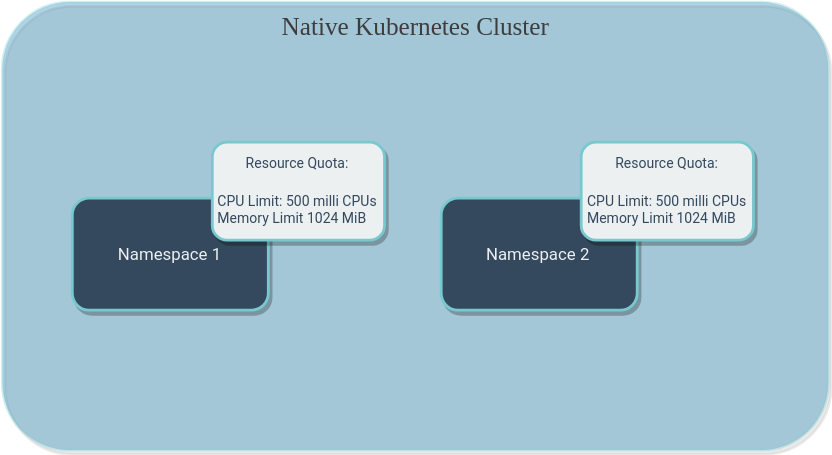
This is src/img/rancher/kubernetes-resource-quota.svg from rancher/docs, a draw.io export, as it was before one commit. Source tidied: cells renumbered, new cells last; positions are measured from the earlier drawing's top-left corner, leaving out a move shared by most shapes.
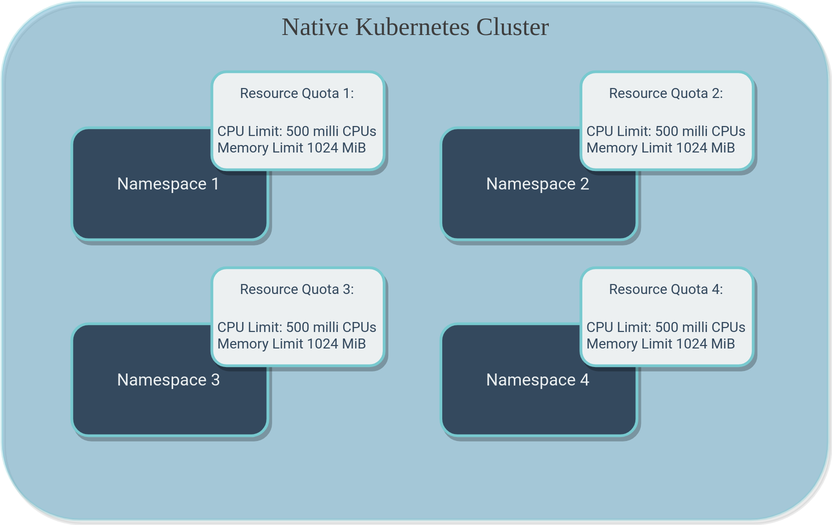
The same file after the commit.

Commit message:
updated text and diagrams

What changed in the source:
```diff
@@ -3,7 +3,7 @@
     <mxCell id="0" />
     <mxCell id="1" parent="0" />
     <mxCell id="2" value="&lt;div style=&quot;text-align: center ; font-size: 18px&quot;&gt;&lt;font color=&quot;#3d3d3d&quot;&gt;Native Kubernetes Cluster&lt;/font&gt;&lt;/div&gt;" style="rounded=1;whiteSpace=wrap;html=1;shadow=1;comic=0;strokeColor=#78C9CF;strokeWidth=2;fillColor=#0075A8;align=center;verticalAlign=top;fontFamily=poppins;labelBackgroundColor=none;opacity=30;" parent="1" vertex="1">
-      <mxGeometry width="590" height="320" as="geometry" />
+      <mxGeometry y="50" width="590" height="370" as="geometry" />
     </mxCell>
     <mxCell id="3" style="group;" parent="1" vertex="1">
       <mxGeometry x="50" y="100" width="223" height="120" as="geometry" />
@@ -11,7 +11,7 @@
     <mxCell id="4" value="&lt;font&gt;&lt;font color=&quot;#ecf0f1&quot;&gt;Namespace 1&lt;/font&gt;&lt;br&gt;&lt;/font&gt;" style="rounded=1;html=1;shadow=1;comic=0;strokeColor=#78C9CF;strokeWidth=2;fillColor=#34495E;fontFamily=roboto;fontColor=#313131;align=center;gradientColor=none;" parent="3" vertex="1">
       <mxGeometry y="40" width="140" height="80" as="geometry" />
     </mxCell>
-    <mxCell id="5" value="&lt;font style=&quot;font-size: 10px&quot;&gt;&lt;font style=&quot;font-size: 10px&quot;&gt;Resource Quota:&lt;br&gt;&lt;br&gt;&lt;div style=&quot;text-align: left&quot;&gt;&lt;span&gt;CPU Limit: 500 milli CPUs&lt;/span&gt;&lt;/div&gt;&lt;/font&gt;&lt;div style=&quot;text-align: left&quot;&gt;&lt;span&gt;Memory Limit 1024 MiB&lt;/span&gt;&lt;/div&gt;&lt;div style=&quot;text-align: left&quot;&gt;&lt;br&gt;&lt;/div&gt;&lt;/font&gt;" style="rounded=1;whiteSpace=wrap;html=1;shadow=1;comic=0;strokeColor=#78C9CF;strokeWidth=2;fillColor=#ecf0f1;fontFamily=roboto;fontColor=#34495E;align=center;verticalAlign=top;" parent="3" vertex="1">
+    <mxCell id="5" value="&lt;font style=&quot;font-size: 10px&quot;&gt;&lt;font style=&quot;font-size: 10px&quot;&gt;Resource Quota 1:&lt;br&gt;&lt;br&gt;&lt;div style=&quot;text-align: left&quot;&gt;&lt;span&gt;CPU Limit: 500 milli CPUs&lt;/span&gt;&lt;/div&gt;&lt;/font&gt;&lt;div style=&quot;text-align: left&quot;&gt;&lt;span&gt;Memory Limit 1024 MiB&lt;/span&gt;&lt;/div&gt;&lt;div style=&quot;text-align: left&quot;&gt;&lt;br&gt;&lt;/div&gt;&lt;/font&gt;" style="rounded=1;whiteSpace=wrap;html=1;shadow=1;comic=0;strokeColor=#78C9CF;strokeWidth=2;fillColor=#ecf0f1;fontFamily=roboto;fontColor=#34495E;align=center;verticalAlign=top;" parent="3" vertex="1">
       <mxGeometry x="100" width="123" height="70" as="geometry" />
     </mxCell>
     <mxCell id="6" style="group;" parent="1" vertex="1">
@@ -20,8 +20,26 @@
     <mxCell id="7" value="&lt;font&gt;&lt;font color=&quot;#ecf0f1&quot;&gt;Namespace 2&lt;/font&gt;&lt;br&gt;&lt;/font&gt;" style="rounded=1;html=1;shadow=1;comic=0;strokeColor=#78C9CF;strokeWidth=2;fillColor=#34495E;fontFamily=roboto;fontColor=#313131;align=center;gradientColor=none;" parent="6" vertex="1">
       <mxGeometry y="40" width="140" height="80" as="geometry" />
     </mxCell>
-    <mxCell id="8" value="&lt;font style=&quot;font-size: 10px&quot;&gt;&lt;font style=&quot;font-size: 10px&quot;&gt;Resource Quota:&lt;br&gt;&lt;br&gt;&lt;div style=&quot;text-align: left&quot;&gt;&lt;span&gt;CPU Limit: 500 milli CPUs&lt;/span&gt;&lt;/div&gt;&lt;/font&gt;&lt;div style=&quot;text-align: left&quot;&gt;&lt;span&gt;Memory Limit 1024 MiB&lt;/span&gt;&lt;/div&gt;&lt;div style=&quot;text-align: left&quot;&gt;&lt;br&gt;&lt;/div&gt;&lt;/font&gt;" style="rounded=1;whiteSpace=wrap;html=1;shadow=1;comic=0;strokeColor=#78C9CF;strokeWidth=2;fillColor=#ecf0f1;fontFamily=roboto;fontColor=#34495E;align=center;verticalAlign=top;" parent="6" vertex="1">
+    <mxCell id="8" value="&lt;font style=&quot;font-size: 10px&quot;&gt;&lt;font style=&quot;font-size: 10px&quot;&gt;Resource Quota 2:&lt;br&gt;&lt;br&gt;&lt;div style=&quot;text-align: left&quot;&gt;&lt;span&gt;CPU Limit: 500 milli CPUs&lt;/span&gt;&lt;/div&gt;&lt;/font&gt;&lt;div style=&quot;text-align: left&quot;&gt;&lt;span&gt;Memory Limit 1024 MiB&lt;/span&gt;&lt;/div&gt;&lt;div style=&quot;text-align: left&quot;&gt;&lt;br&gt;&lt;/div&gt;&lt;/font&gt;" style="rounded=1;whiteSpace=wrap;html=1;shadow=1;comic=0;strokeColor=#78C9CF;strokeWidth=2;fillColor=#ecf0f1;fontFamily=roboto;fontColor=#34495E;align=center;verticalAlign=top;" parent="6" vertex="1">
       <mxGeometry x="100" width="123" height="70" as="geometry" />
     </mxCell>
+    <mxCell id="9" style="group;" parent="1" vertex="1">
+      <mxGeometry x="313.5" y="240" width="223" height="120" as="geometry" />
+    </mxCell>
+    <mxCell id="10" value="&lt;font&gt;&lt;font color=&quot;#ecf0f1&quot;&gt;Namespace 4&lt;/font&gt;&lt;br&gt;&lt;/font&gt;" style="rounded=1;html=1;shadow=1;comic=0;strokeColor=#78C9CF;strokeWidth=2;fillColor=#34495E;fontFamily=roboto;fontColor=#313131;align=center;gradientColor=none;" parent="9" vertex="1">
+      <mxGeometry y="40" width="140" height="80" as="geometry" />
+    </mxCell>
+    <mxCell id="11" value="&lt;font style=&quot;font-size: 10px&quot;&gt;&lt;font style=&quot;font-size: 10px&quot;&gt;Resource Quota 4:&lt;br&gt;&lt;br&gt;&lt;div style=&quot;text-align: left&quot;&gt;&lt;span&gt;CPU Limit: 500 milli CPUs&lt;/span&gt;&lt;/div&gt;&lt;/font&gt;&lt;div style=&quot;text-align: left&quot;&gt;&lt;span&gt;Memory Limit 1024 MiB&lt;/span&gt;&lt;/div&gt;&lt;div style=&quot;text-align: left&quot;&gt;&lt;br&gt;&lt;/div&gt;&lt;/font&gt;" style="rounded=1;whiteSpace=wrap;html=1;shadow=1;comic=0;strokeColor=#78C9CF;strokeWidth=2;fillColor=#ecf0f1;fontFamily=roboto;fontColor=#34495E;align=center;verticalAlign=top;" parent="9" vertex="1">
+      <mxGeometry x="100" width="123" height="70" as="geometry" />
+    </mxCell>
+    <mxCell id="12" style="group;" parent="1" vertex="1">
+      <mxGeometry x="50" y="240" width="223" height="120" as="geometry" />
+    </mxCell>
+    <mxCell id="13" value="&lt;font&gt;&lt;font color=&quot;#ecf0f1&quot;&gt;Namespace 3&lt;/font&gt;&lt;br&gt;&lt;/font&gt;" style="rounded=1;html=1;shadow=1;comic=0;strokeColor=#78C9CF;strokeWidth=2;fillColor=#34495E;fontFamily=roboto;fontColor=#313131;align=center;gradientColor=none;" parent="12" vertex="1">
+      <mxGeometry y="40" width="140" height="80" as="geometry" />
+    </mxCell>
+    <mxCell id="14" value="&lt;font style=&quot;font-size: 10px&quot;&gt;&lt;font style=&quot;font-size: 10px&quot;&gt;Resource Quota 3:&lt;br&gt;&lt;br&gt;&lt;div style=&quot;text-align: left&quot;&gt;&lt;span&gt;CPU Limit: 500 milli CPUs&lt;/span&gt;&lt;/div&gt;&lt;/font&gt;&lt;div style=&quot;text-align: left&quot;&gt;&lt;span&gt;Memory Limit 1024 MiB&lt;/span&gt;&lt;/div&gt;&lt;div style=&quot;text-align: left&quot;&gt;&lt;br&gt;&lt;/div&gt;&lt;/font&gt;" style="rounded=1;whiteSpace=wrap;html=1;shadow=1;comic=0;strokeColor=#78C9CF;strokeWidth=2;fillColor=#ecf0f1;fontFamily=roboto;fontColor=#34495E;align=center;verticalAlign=top;" parent="12" vertex="1">
+      <mxGeometry x="100" width="123" height="70" as="geometry" />
+    </mxCell>
   </root>
 </mxGraphModel>
```
